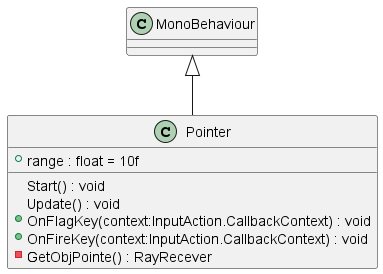
Above: uml-output/Pointer.png in Eliaz-LR/3D-Minesweeper (PlantUML), before the change. Source of this version:
```plantuml
@startuml
class Pointer {
    + range : float = 10f
    Start() : void
    Update() : void
    + OnFlagKey(context:InputAction.CallbackContext) : void
    + OnFireKey(context:InputAction.CallbackContext) : void
    - GetObjPointe() : RayRecever
}
MonoBehaviour <|-- Pointer
@enduml
```
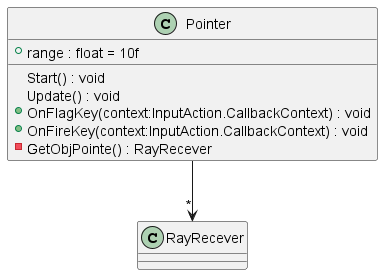
After the commit.

What changed in the source:
```diff
@@ -7,5 +7,5 @@
     + OnFireKey(context:InputAction.CallbackContext) : void
     - GetObjPointe() : RayRecever
 }
-MonoBehaviour <|-- Pointer
+Pointer --> "*" RayRecever
 @enduml
```
